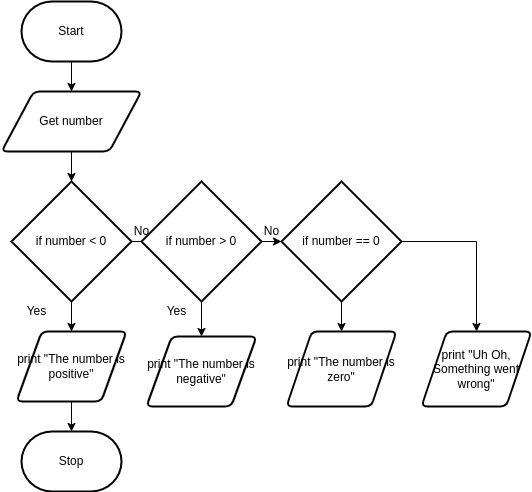
Peter-Gemmell/ICS3U-Unit3-04-Python keeps this draw.io diagram as Flowchart.png. Above is the earlier version. Source tidied: cells renumbered, new cells last; positions are measured from the earlier drawing's top-left corner, leaving out a move shared by most shapes.
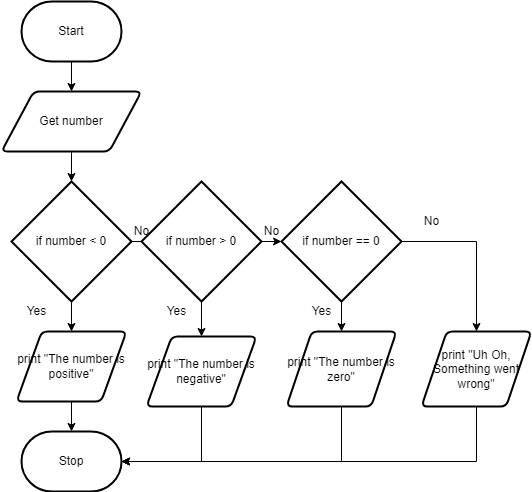
After the change.

Change to the diagram source:
```diff
@@ -51,9 +51,23 @@
     <mxCell id="16" value="if number &amp;gt; 0" style="strokeWidth=2;html=1;shape=mxgraph.flowchart.decision;whiteSpace=wrap;" parent="1" vertex="1">
       <mxGeometry x="140" y="180" width="120" height="120" as="geometry" />
     </mxCell>
+    <mxCell id="25" style="edgeStyle=none;html=1;entryX=1;entryY=0.5;entryDx=0;entryDy=0;entryPerimeter=0;rounded=0;" parent="1" edge="1" source="17" target="8">
+      <mxGeometry relative="1" as="geometry">
+        <Array as="points">
+          <mxPoint x="200" y="460" />
+        </Array>
+      </mxGeometry>
+    </mxCell>
     <mxCell id="17" value="print &quot;The number is negative&quot;" style="shape=parallelogram;html=1;strokeWidth=2;perimeter=parallelogramPerimeter;whiteSpace=wrap;rounded=1;arcSize=12;size=0.23;" parent="1" vertex="1">
       <mxGeometry x="145" y="335" width="110" height="70" as="geometry" />
     </mxCell>
+    <mxCell id="26" style="edgeStyle=none;rounded=0;html=1;entryX=1;entryY=0.5;entryDx=0;entryDy=0;entryPerimeter=0;" parent="1" edge="1" source="18" target="8">
+      <mxGeometry relative="1" as="geometry">
+        <Array as="points">
+          <mxPoint x="340" y="460" />
+        </Array>
+      </mxGeometry>
+    </mxCell>
     <mxCell id="18" value="print &quot;The number is zero&quot;" style="shape=parallelogram;html=1;strokeWidth=2;perimeter=parallelogramPerimeter;whiteSpace=wrap;rounded=1;arcSize=12;size=0.23;" parent="1" vertex="1">
       <mxGeometry x="285" y="330" width="110" height="75" as="geometry" />
     </mxCell>
@@ -76,8 +90,21 @@
     <mxCell id="23" value="if number == 0" style="strokeWidth=2;html=1;shape=mxgraph.flowchart.decision;whiteSpace=wrap;" parent="1" vertex="1">
       <mxGeometry x="280" y="180" width="120" height="120" as="geometry" />
     </mxCell>
+    <mxCell id="27" style="edgeStyle=none;rounded=0;html=1;entryX=1;entryY=0.5;entryDx=0;entryDy=0;entryPerimeter=0;" parent="1" edge="1" source="24" target="8">
+      <mxGeometry relative="1" as="geometry">
+        <Array as="points">
+          <mxPoint x="475" y="460" />
+        </Array>
+      </mxGeometry>
+    </mxCell>
     <mxCell id="24" value="print &quot;Uh Oh, Something went wrong&quot;" style="shape=parallelogram;html=1;strokeWidth=2;perimeter=parallelogramPerimeter;whiteSpace=wrap;rounded=1;arcSize=12;size=0.23;" parent="1" vertex="1">
       <mxGeometry x="420" y="330" width="110" height="75" as="geometry" />
     </mxCell>
+    <mxCell id="28" value="Yes" style="text;html=1;align=center;verticalAlign=middle;strokeColor=none;fillColor=none;" parent="1" vertex="1">
+      <mxGeometry x="300" y="300" width="40" height="20" as="geometry" />
+    </mxCell>
+    <mxCell id="29" value="No" style="text;html=1;align=center;verticalAlign=middle;strokeColor=none;fillColor=none;" parent="1" vertex="1">
+      <mxGeometry x="415" y="210" width="30" height="20" as="geometry" />
+    </mxCell>
   </root>
 </mxGraphModel>
```
